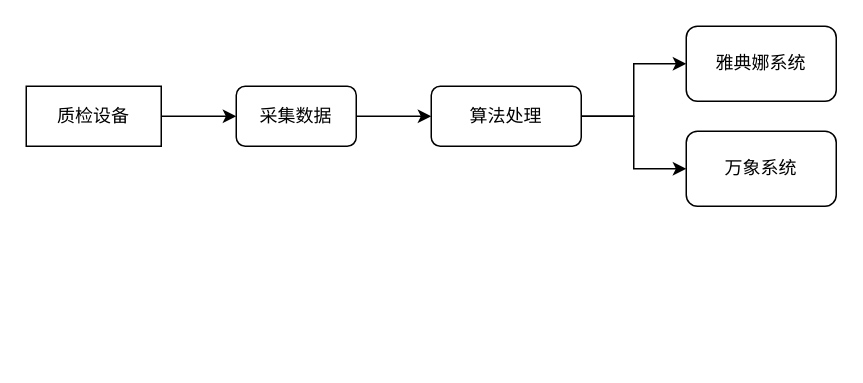
Before: screen detection pipeline.drawio in Linranran/my_images, a draw.io diagram. Source tidied: cells renumbered, new cells numbered last; positions are measured from the earlier drawing's top-left corner, leaving out a move shared by most shapes. Both pictures are drawn from the tidied source at 150%, with x=0, y=0 at pixel (26, 26).
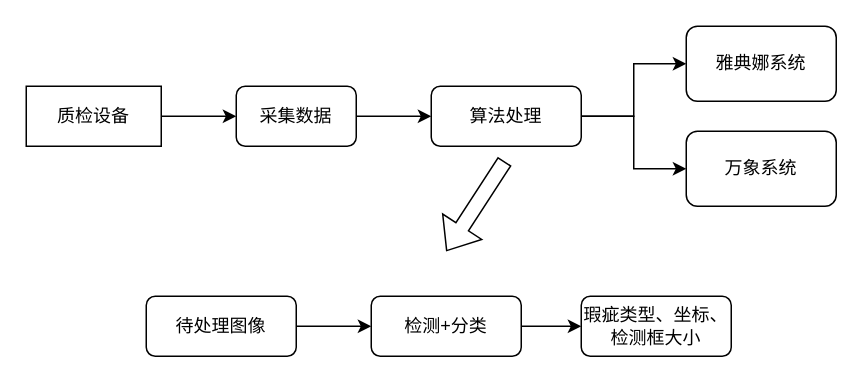
After the change.

What changed in the source:
```diff
@@
 <mxGraphModel>
   <root>
     <mxCell id="0" />
     <mxCell id="1" parent="0" />
     <mxCell id="2" style="edgeStyle=orthogonalEdgeStyle;rounded=0;jettySize=auto;html=1;exitX=1;exitY=0.5;exitDx=0;exitDy=0;entryX=0;entryY=0.5;entryDx=0;entryDy=0;" parent="1" edge="1" source="3" target="5">
       <mxGeometry relative="1" as="geometry" />
     </mxCell>
     <mxCell id="3" value="质检设备" style="rounded=0;whiteSpace=wrap;html=1;" parent="1" vertex="1">
       <mxGeometry y="40" width="90" height="40" as="geometry" />
     </mxCell>
     <mxCell id="4" style="edgeStyle=orthogonalEdgeStyle;rounded=0;jettySize=auto;html=1;" parent="1" edge="1" source="5" target="8">
       <mxGeometry relative="1" as="geometry" />
     </mxCell>
     <mxCell id="5" value="采集数据" style="rounded=1;whiteSpace=wrap;html=1;" parent="1" vertex="1">
       <mxGeometry x="140" y="40" width="80" height="40" as="geometry" />
     </mxCell>
     <mxCell id="6" style="edgeStyle=orthogonalEdgeStyle;rounded=0;jettySize=auto;html=1;entryX=0;entryY=0.5;entryDx=0;entryDy=0;" parent="1" edge="1" source="8" target="9">
       <mxGeometry relative="1" as="geometry" />
     </mxCell>
     <mxCell id="7" style="edgeStyle=orthogonalEdgeStyle;rounded=0;jettySize=auto;html=1;entryX=0;entryY=0.5;entryDx=0;entryDy=0;" parent="1" edge="1" source="8" target="10">
       <mxGeometry relative="1" as="geometry" />
     </mxCell>
     <mxCell id="8" value="算法处理" style="rounded=1;whiteSpace=wrap;html=1;" parent="1" vertex="1">
       <mxGeometry x="270" y="40" width="100" height="40" as="geometry" />
     </mxCell>
     <mxCell id="9" value="雅典娜系统" style="rounded=1;whiteSpace=wrap;html=1;" parent="1" vertex="1">
       <mxGeometry x="440" width="100" height="50" as="geometry" />
     </mxCell>
     <mxCell id="10" value="万象系统" style="rounded=1;whiteSpace=wrap;html=1;" parent="1" vertex="1">
       <mxGeometry x="440" y="70" width="100" height="50" as="geometry" />
     </mxCell>
+    <mxCell id="11" style="shape=flexArrow;endArrow=classic;html=1;rounded=0;" parent="1" edge="1">
+      <mxGeometry relative="1" as="geometry">
+        <mxPoint x="319" y="90" as="sourcePoint" />
+        <mxPoint x="280" y="150" as="targetPoint" />
+      </mxGeometry>
+    </mxCell>
+    <mxCell id="12" style="edgeStyle=orthogonalEdgeStyle;rounded=0;jettySize=auto;html=1;" parent="1" edge="1" source="13" target="15">
+      <mxGeometry relative="1" as="geometry" />
+    </mxCell>
+    <mxCell id="13" value="待处理图像" style="rounded=1;whiteSpace=wrap;html=1;" parent="1" vertex="1">
+      <mxGeometry x="80" y="180" width="100" height="40" as="geometry" />
+    </mxCell>
+    <mxCell id="14" style="edgeStyle=orthogonalEdgeStyle;rounded=0;jettySize=auto;html=1;" parent="1" edge="1" source="15" target="16">
+      <mxGeometry relative="1" as="geometry" />
+    </mxCell>
+    <mxCell id="15" value="检测+分类" style="rounded=1;whiteSpace=wrap;html=1;" parent="1" vertex="1">
+      <mxGeometry x="230" y="180" width="100" height="40" as="geometry" />
+    </mxCell>
+    <mxCell id="16" value="&lt;span style=&quot;font-weight: normal&quot;&gt;瑕疵类型、坐标、检测框大小&lt;/span&gt;" style="rounded=1;whiteSpace=wrap;html=1;fontStyle=1;" parent="1" vertex="1">
+      <mxGeometry x="370" y="180" width="100" height="40" as="geometry" />
+    </mxCell>
   </root>
 </mxGraphModel>
```
